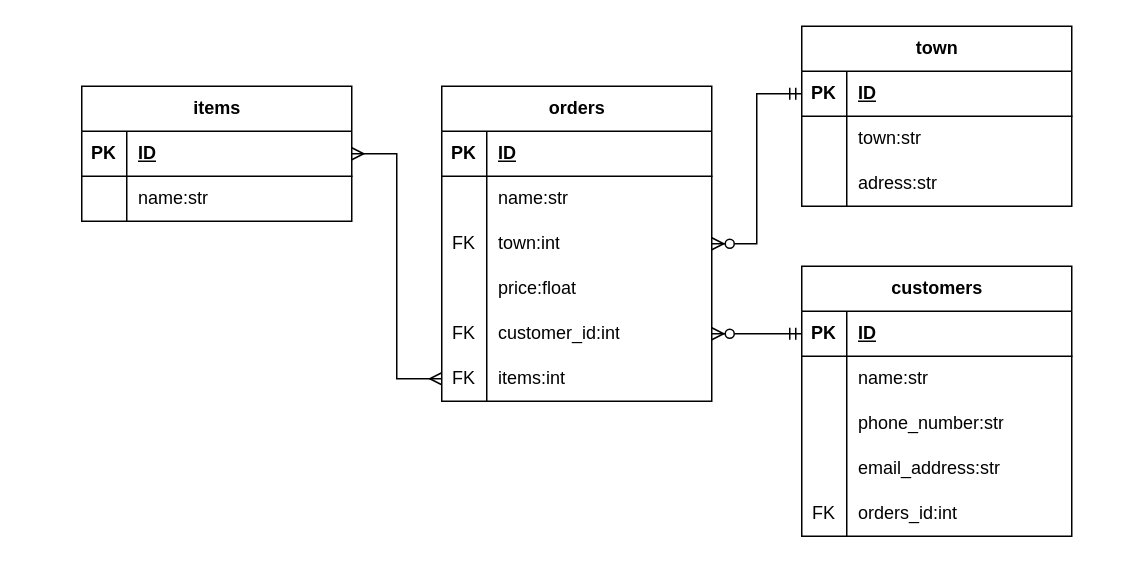
pytonuserouner/UML_study keeps this draw.io diagram as Диаграмма для тестового задания.drawio. Above is the earlier version. Source tidied: cells renumbered, new cells numbered last; positions are measured from the earlier drawing's top-left corner, leaving out a move shared by most shapes. Both pictures are drawn from the tidied source at 150%, with x=0, y=0 at pixel (81, 26).
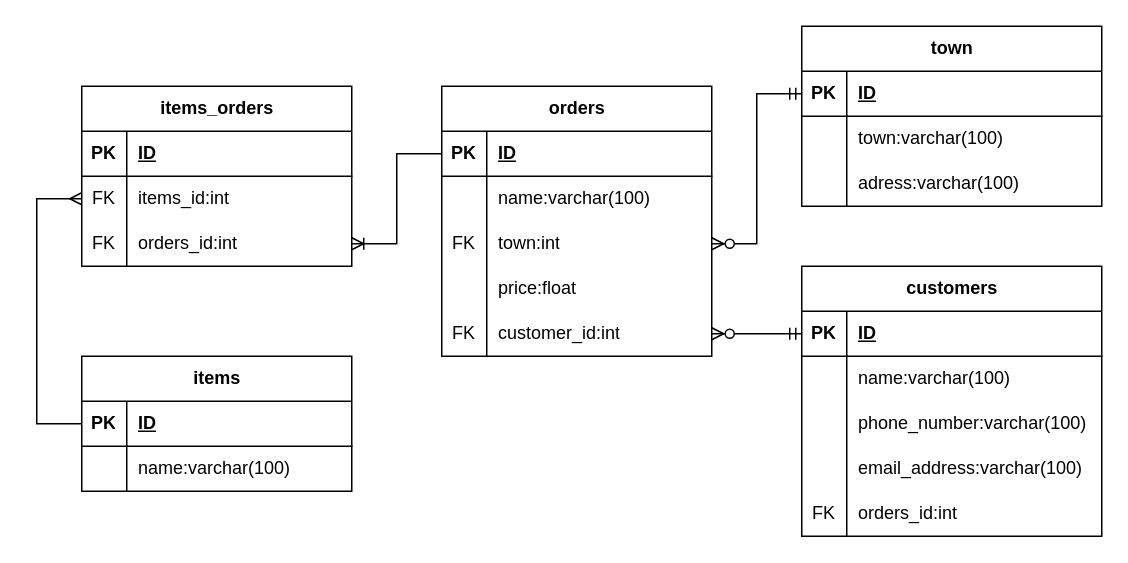
After the change.

The change refers to these unchanged cells:
```xml
<mxCell id="4" style="shape=tableRow;horizontal=0;startSize=0;swimlaneHead=0;swimlaneBody=0;fillColor=none;points=[[0,0.5],[1,0.5]];portConstraint=eastwest;top=0;left=0;right=0;bottom=1;" parent="3" vertex="1">
  <mxGeometry y="30" width="180" height="30" as="geometry" />
</mxCell>
<mxCell id="7" style="shape=tableRow;horizontal=0;startSize=0;swimlaneHead=0;swimlaneBody=0;fillColor=none;top=0;left=0;right=0;bottom=0;" parent="3" vertex="1">
  <mxGeometry y="60" width="180" height="30" as="geometry" />
</mxCell>
<mxCell id="23" style="shape=tableRow;horizontal=0;startSize=0;swimlaneHead=0;swimlaneBody=0;fillColor=none;points=[[0,0.5],[1,0.5]];portConstraint=eastwest;top=0;left=0;right=0;bottom=1;" parent="22" vertex="1">
  <mxGeometry y="30" width="180" height="30" as="geometry" />
</mxCell>
<mxCell id="26" style="shape=tableRow;horizontal=0;startSize=0;swimlaneHead=0;swimlaneBody=0;fillColor=none;top=0;left=0;right=0;bottom=0;" parent="22" vertex="1">
  <mxGeometry y="60" width="180" height="30" as="geometry" />
</mxCell>
```

Diff of the diagram source:
```diff
@@
-    <mxCell id="2" style="edgeStyle=entityRelationEdgeStyle;fontSize=12;html=1;endArrow=ERmany;startArrow=ERmany;rounded=0;entryX=0;entryY=0.5;entryDx=0;entryDy=0;exitX=1;exitY=0.5;exitDx=0;exitDy=0;" parent="1" edge="1" source="23" target="19">
-      <mxGeometry relative="1" as="geometry" />
-    </mxCell>
     <mxCell id="3" value="orders" style="shape=table;startSize=30;childLayout=tableLayout;rowLines=0;fontStyle=1;align=center;html=1;" parent="1" vertex="1">
-      <mxGeometry x="240" y="40" width="180" height="210" as="geometry" />
+      <mxGeometry x="240" y="40" width="180" height="180" as="geometry" />
     </mxCell>
@@
-    <mxCell id="9" value="name:str" style="shape=partialRectangle;fillColor=none;top=0;left=0;bottom=0;right=0;align=left;spacingLeft=6;overflow=hidden;whiteSpace=wrap;html=1;" parent="7" vertex="1">
+    <mxCell id="9" value="name:varchar(100)" style="shape=partialRectangle;fillColor=none;top=0;left=0;bottom=0;right=0;align=left;spacingLeft=6;overflow=hidden;whiteSpace=wrap;html=1;" parent="7" vertex="1">
       <mxGeometry x="30" width="150" height="30" as="geometry" />
     </mxCell>
@@
-    <mxCell id="19" style="shape=tableRow;horizontal=0;startSize=0;swimlaneHead=0;swimlaneBody=0;fillColor=none;points=[[0,0.5],[1,0.5]];portConstraint=eastwest;top=0;left=0;right=0;bottom=0;" parent="3" vertex="1">
-      <mxGeometry y="180" width="180" height="30" as="geometry" />
-    </mxCell>
-    <mxCell id="20" value="FK" style="shape=partialRectangle;fillColor=none;top=0;left=0;bottom=0;right=0;overflow=hidden;whiteSpace=wrap;html=1;" parent="19" vertex="1">
-      <mxGeometry width="30" height="30" as="geometry" />
-    </mxCell>
-    <mxCell id="21" value="items:int" style="shape=partialRectangle;fillColor=none;top=0;left=0;bottom=0;right=0;align=left;spacingLeft=6;overflow=hidden;whiteSpace=wrap;html=1;" parent="19" vertex="1">
-      <mxGeometry x="30" width="150" height="30" as="geometry" />
-    </mxCell>
     <mxCell id="22" value="items" style="shape=table;startSize=30;childLayout=tableLayout;rowLines=0;fontStyle=1;align=center;html=1;" parent="1" vertex="1">
-      <mxGeometry y="40" width="180" height="90" as="geometry" />
+      <mxGeometry y="220" width="180" height="90" as="geometry" />
     </mxCell>
@@
-    <mxCell id="28" value="name:str" style="shape=partialRectangle;fillColor=none;top=0;left=0;bottom=0;right=0;align=left;spacingLeft=6;overflow=hidden;whiteSpace=wrap;html=1;" parent="26" vertex="1">
+    <mxCell id="28" value="name:varchar(100)" style="shape=partialRectangle;fillColor=none;top=0;left=0;bottom=0;right=0;align=left;spacingLeft=6;overflow=hidden;whiteSpace=wrap;html=1;" parent="26" vertex="1">
       <mxGeometry x="30" width="150" height="30" as="geometry" />
     </mxCell>
     <mxCell id="29" value="customers" style="shape=table;startSize=30;childLayout=tableLayout;rowLines=0;fontStyle=1;align=center;html=1;" parent="1" vertex="1">
-      <mxGeometry x="480" y="160" width="180" height="180" as="geometry" />
+      <mxGeometry x="480" y="160" width="200" height="180" as="geometry" />
     </mxCell>
     <mxCell id="30" style="shape=tableRow;horizontal=0;startSize=0;swimlaneHead=0;swimlaneBody=0;fillColor=none;points=[[0,0.5],[1,0.5]];portConstraint=eastwest;top=0;left=0;right=0;bottom=1;" parent="29" vertex="1">
-      <mxGeometry y="30" width="180" height="30" as="geometry" />
+      <mxGeometry y="30" width="200" height="30" as="geometry" />
     </mxCell>
@@
     <mxCell id="32" value="ID" style="shape=partialRectangle;fillColor=none;top=0;left=0;bottom=0;right=0;align=left;spacingLeft=6;fontStyle=5;overflow=hidden;whiteSpace=wrap;html=1;" parent="30" vertex="1">
-      <mxGeometry x="30" width="150" height="30" as="geometry" />
+      <mxGeometry x="30" width="170" height="30" as="geometry" />
     </mxCell>
     <mxCell id="33" style="shape=tableRow;horizontal=0;startSize=0;swimlaneHead=0;swimlaneBody=0;fillColor=none;top=0;left=0;right=0;bottom=0;" parent="29" vertex="1">
-      <mxGeometry y="60" width="180" height="30" as="geometry" />
+      <mxGeometry y="60" width="200" height="30" as="geometry" />
     </mxCell>
@@
-    <mxCell id="35" value="name:str" style="shape=partialRectangle;fillColor=none;top=0;left=0;bottom=0;right=0;align=left;spacingLeft=6;overflow=hidden;whiteSpace=wrap;html=1;" parent="33" vertex="1">
-      <mxGeometry x="30" width="150" height="30" as="geometry" />
+    <mxCell id="35" value="name:varchar(100)" style="shape=partialRectangle;fillColor=none;top=0;left=0;bottom=0;right=0;align=left;spacingLeft=6;overflow=hidden;whiteSpace=wrap;html=1;" parent="33" vertex="1">
+      <mxGeometry x="30" width="170" height="30" as="geometry" />
     </mxCell>
     <mxCell id="36" style="shape=tableRow;horizontal=0;startSize=0;swimlaneHead=0;swimlaneBody=0;fillColor=none;top=0;left=0;right=0;bottom=0;" parent="29" vertex="1">
-      <mxGeometry y="90" width="180" height="30" as="geometry" />
+      <mxGeometry y="90" width="200" height="30" as="geometry" />
     </mxCell>
@@
-    <mxCell id="38" value="&lt;span style=&quot;text-wrap-mode: nowrap;&quot;&gt;phone_number:str&lt;/span&gt;" style="shape=partialRectangle;fillColor=none;top=0;left=0;bottom=0;right=0;align=left;spacingLeft=6;overflow=hidden;whiteSpace=wrap;html=1;" parent="36" vertex="1">
-      <mxGeometry x="30" width="150" height="30" as="geometry" />
+    <mxCell id="38" value="&lt;span style=&quot;text-wrap-mode: nowrap;&quot;&gt;phone_number:&lt;/span&gt;varchar(100)" style="shape=partialRectangle;fillColor=none;top=0;left=0;bottom=0;right=0;align=left;spacingLeft=6;overflow=hidden;whiteSpace=wrap;html=1;" parent="36" vertex="1">
+      <mxGeometry x="30" width="170" height="30" as="geometry" />
     </mxCell>
     <mxCell id="39" style="shape=tableRow;horizontal=0;startSize=0;swimlaneHead=0;swimlaneBody=0;fillColor=none;top=0;left=0;right=0;bottom=0;" parent="29" vertex="1">
-      <mxGeometry y="120" width="180" height="30" as="geometry" />
+      <mxGeometry y="120" width="200" height="30" as="geometry" />
     </mxCell>
@@
-    <mxCell id="41" value="&lt;span style=&quot;text-wrap-mode: nowrap;&quot;&gt;email_address:str&lt;/span&gt;" style="shape=partialRectangle;fillColor=none;top=0;left=0;bottom=0;right=0;align=left;spacingLeft=6;overflow=hidden;whiteSpace=wrap;html=1;" parent="39" vertex="1">
-      <mxGeometry x="30" width="150" height="30" as="geometry" />
+    <mxCell id="41" value="&lt;span style=&quot;text-wrap-mode: nowrap;&quot;&gt;email_address:&lt;/span&gt;varchar(100)" style="shape=partialRectangle;fillColor=none;top=0;left=0;bottom=0;right=0;align=left;spacingLeft=6;overflow=hidden;whiteSpace=wrap;html=1;" parent="39" vertex="1">
+      <mxGeometry x="30" width="170" height="30" as="geometry" />
     </mxCell>
     <mxCell id="42" style="shape=tableRow;horizontal=0;startSize=0;swimlaneHead=0;swimlaneBody=0;fillColor=none;top=0;left=0;right=0;bottom=0;" parent="29" vertex="1">
-      <mxGeometry y="150" width="180" height="30" as="geometry" />
+      <mxGeometry y="150" width="200" height="30" as="geometry" />
     </mxCell>
@@
     <mxCell id="44" value="&lt;span style=&quot;text-wrap-mode: nowrap;&quot;&gt;orders_id:int&lt;/span&gt;" style="shape=partialRectangle;fillColor=none;top=0;left=0;bottom=0;right=0;align=left;spacingLeft=6;overflow=hidden;whiteSpace=wrap;html=1;" parent="42" vertex="1">
-      <mxGeometry x="30" width="150" height="30" as="geometry" />
+      <mxGeometry x="30" width="170" height="30" as="geometry" />
     </mxCell>
     <mxCell id="45" value="town" style="shape=table;startSize=30;childLayout=tableLayout;rowLines=0;fontStyle=1;align=center;html=1;" parent="1" vertex="1">
-      <mxGeometry x="480" width="180" height="120" as="geometry" />
+      <mxGeometry x="480" width="200" height="120" as="geometry" />
     </mxCell>
     <mxCell id="46" style="shape=tableRow;horizontal=0;startSize=0;swimlaneHead=0;swimlaneBody=0;fillColor=none;points=[[0,0.5],[1,0.5]];portConstraint=eastwest;top=0;left=0;right=0;bottom=1;" parent="45" vertex="1">
-      <mxGeometry y="30" width="180" height="30" as="geometry" />
+      <mxGeometry y="30" width="200" height="30" as="geometry" />
     </mxCell>
@@
     <mxCell id="48" value="ID" style="shape=partialRectangle;fillColor=none;top=0;left=0;bottom=0;right=0;align=left;spacingLeft=6;fontStyle=5;overflow=hidden;whiteSpace=wrap;html=1;" parent="46" vertex="1">
-      <mxGeometry x="30" width="150" height="30" as="geometry" />
+      <mxGeometry x="30" width="170" height="30" as="geometry" />
     </mxCell>
     <mxCell id="49" style="shape=tableRow;horizontal=0;startSize=0;swimlaneHead=0;swimlaneBody=0;fillColor=none;top=0;left=0;right=0;bottom=0;" parent="45" vertex="1">
-      <mxGeometry y="60" width="180" height="30" as="geometry" />
+      <mxGeometry y="60" width="200" height="30" as="geometry" />
     </mxCell>
@@
-    <mxCell id="51" value="&lt;span style=&quot;text-wrap-mode: nowrap;&quot;&gt;town:str&lt;/span&gt;" style="shape=partialRectangle;fillColor=none;top=0;left=0;bottom=0;right=0;align=left;spacingLeft=6;overflow=hidden;whiteSpace=wrap;html=1;" parent="49" vertex="1">
-      <mxGeometry x="30" width="150" height="30" as="geometry" />
+    <mxCell id="51" value="&lt;span style=&quot;text-wrap-mode: nowrap;&quot;&gt;town:&lt;/span&gt;varchar(100)" style="shape=partialRectangle;fillColor=none;top=0;left=0;bottom=0;right=0;align=left;spacingLeft=6;overflow=hidden;whiteSpace=wrap;html=1;" parent="49" vertex="1">
+      <mxGeometry x="30" width="170" height="30" as="geometry" />
     </mxCell>
     <mxCell id="52" style="shape=tableRow;horizontal=0;startSize=0;swimlaneHead=0;swimlaneBody=0;fillColor=none;top=0;left=0;right=0;bottom=0;" parent="45" vertex="1">
-      <mxGeometry y="90" width="180" height="30" as="geometry" />
+      <mxGeometry y="90" width="200" height="30" as="geometry" />
     </mxCell>
@@
-    <mxCell id="54" value="&lt;span style=&quot;text-wrap-mode: nowrap;&quot;&gt;adress:str&lt;/span&gt;" style="shape=partialRectangle;fillColor=none;top=0;left=0;bottom=0;right=0;align=left;spacingLeft=6;overflow=hidden;whiteSpace=wrap;html=1;" parent="52" vertex="1">
-      <mxGeometry x="30" width="150" height="30" as="geometry" />
+    <mxCell id="54" value="&lt;span style=&quot;text-wrap-mode: nowrap;&quot;&gt;adress:&lt;/span&gt;varchar(100)" style="shape=partialRectangle;fillColor=none;top=0;left=0;bottom=0;right=0;align=left;spacingLeft=6;overflow=hidden;whiteSpace=wrap;html=1;" parent="52" vertex="1">
+      <mxGeometry x="30" width="170" height="30" as="geometry" />
     </mxCell>
@@
+    <mxCell id="57" value="items_orders" style="shape=table;startSize=30;childLayout=tableLayout;rowLines=0;fontStyle=1;align=center;html=1;" parent="1" vertex="1">
+      <mxGeometry y="40" width="180" height="120" as="geometry" />
+    </mxCell>
+    <mxCell id="58" style="shape=tableRow;horizontal=0;startSize=0;swimlaneHead=0;swimlaneBody=0;fillColor=none;top=0;left=0;right=0;bottom=1;" parent="57" vertex="1">
+      <mxGeometry y="30" width="180" height="30" as="geometry" />
+    </mxCell>
+    <mxCell id="59" value="PK" style="shape=partialRectangle;fillColor=none;top=0;left=0;bottom=0;right=0;fontStyle=1;overflow=hidden;whiteSpace=wrap;html=1;" parent="58" vertex="1">
+      <mxGeometry width="30" height="30" as="geometry" />
+    </mxCell>
+    <mxCell id="60" value="ID" style="shape=partialRectangle;fillColor=none;top=0;left=0;bottom=0;right=0;align=left;spacingLeft=6;fontStyle=5;overflow=hidden;whiteSpace=wrap;html=1;" parent="58" vertex="1">
+      <mxGeometry x="30" width="150" height="30" as="geometry" />
+    </mxCell>
+    <mxCell id="61" style="shape=tableRow;horizontal=0;startSize=0;swimlaneHead=0;swimlaneBody=0;fillColor=none;points=[[0,0.5],[1,0.5]];portConstraint=eastwest;top=0;left=0;right=0;bottom=0;" parent="57" vertex="1">
+      <mxGeometry y="60" width="180" height="30" as="geometry" />
+    </mxCell>
+    <mxCell id="62" value="FK" style="shape=partialRectangle;fillColor=none;top=0;left=0;bottom=0;right=0;overflow=hidden;whiteSpace=wrap;html=1;" parent="61" vertex="1">
+      <mxGeometry width="30" height="30" as="geometry" />
+    </mxCell>
+    <mxCell id="63" value="items_id:int" style="shape=partialRectangle;fillColor=none;top=0;left=0;bottom=0;right=0;align=left;spacingLeft=6;overflow=hidden;whiteSpace=wrap;html=1;" parent="61" vertex="1">
+      <mxGeometry x="30" width="150" height="30" as="geometry" />
+    </mxCell>
+    <mxCell id="64" style="shape=tableRow;horizontal=0;startSize=0;swimlaneHead=0;swimlaneBody=0;fillColor=none;points=[[0,0.5],[1,0.5]];portConstraint=eastwest;top=0;left=0;right=0;bottom=0;" parent="57" vertex="1">
+      <mxGeometry y="90" width="180" height="30" as="geometry" />
+    </mxCell>
+    <mxCell id="65" value="FK" style="shape=partialRectangle;fillColor=none;top=0;left=0;bottom=0;right=0;overflow=hidden;whiteSpace=wrap;html=1;" parent="64" vertex="1">
+      <mxGeometry width="30" height="30" as="geometry" />
+    </mxCell>
+    <mxCell id="66" value="orders_id:int" style="shape=partialRectangle;fillColor=none;top=0;left=0;bottom=0;right=0;align=left;spacingLeft=6;overflow=hidden;whiteSpace=wrap;html=1;" parent="64" vertex="1">
+      <mxGeometry x="30" width="150" height="30" as="geometry" />
+    </mxCell>
+    <mxCell id="67" style="fontSize=12;html=1;endArrow=ERmany;rounded=0;entryX=0;entryY=0.5;entryDx=0;entryDy=0;exitX=0;exitY=0.5;exitDx=0;exitDy=0;edgeStyle=orthogonalEdgeStyle;" parent="1" edge="1" source="23" target="61">
+      <mxGeometry relative="1" as="geometry">
+        <Array as="points">
+          <mxPoint x="-30" y="265" />
+          <mxPoint x="-30" y="115" />
+        </Array>
+      </mxGeometry>
+    </mxCell>
+    <mxCell id="68" style="edgeStyle=entityRelationEdgeStyle;fontSize=12;html=1;endArrow=ERoneToMany;rounded=0;exitX=0;exitY=0.5;exitDx=0;exitDy=0;entryX=1;entryY=0.5;entryDx=0;entryDy=0;" parent="1" edge="1" source="4" target="64">
+      <mxGeometry relative="1" as="geometry" />
+    </mxCell>
```
